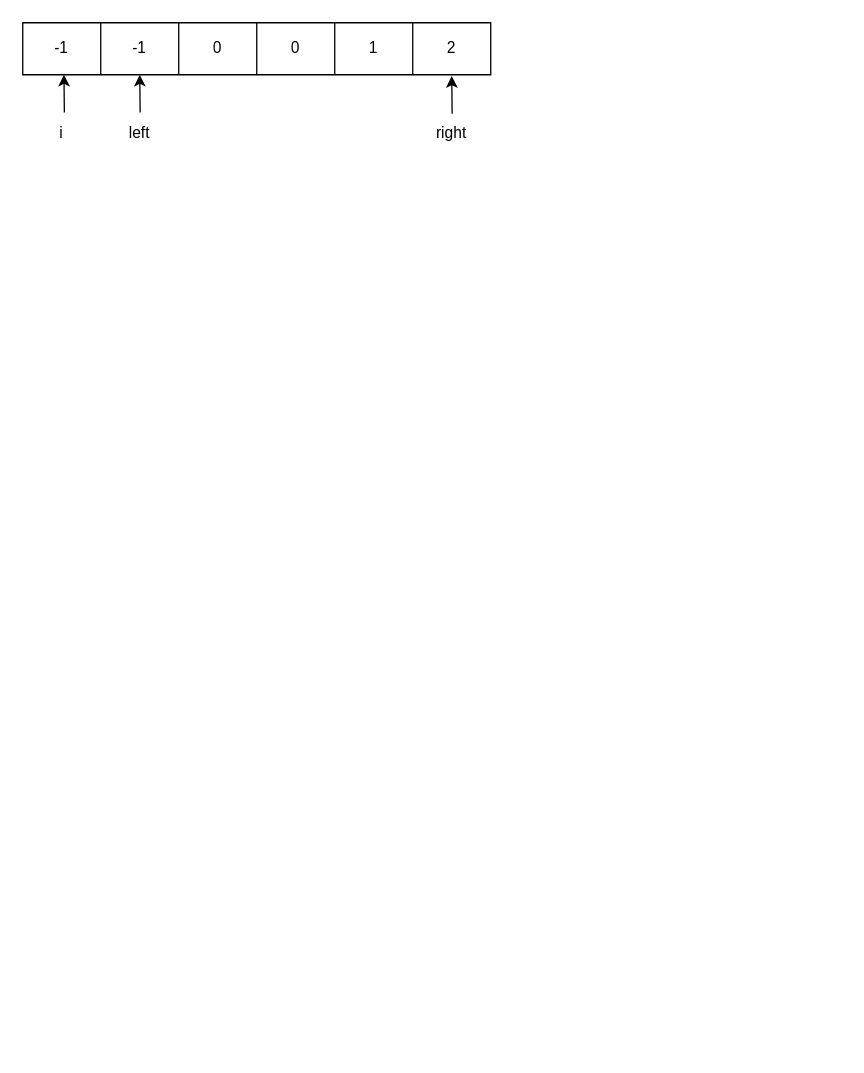
The draw.io diagram 未命名绘图.drawio in Whitesheeeep/ANewRepo, before the edit. Source tidied: cells renumbered, new cells numbered last; positions are measured from the earlier drawing's top-left corner, leaving out a move shared by most shapes. Both pictures are drawn from the tidied source at 130%, with x=0, y=0 at pixel (22, 22).
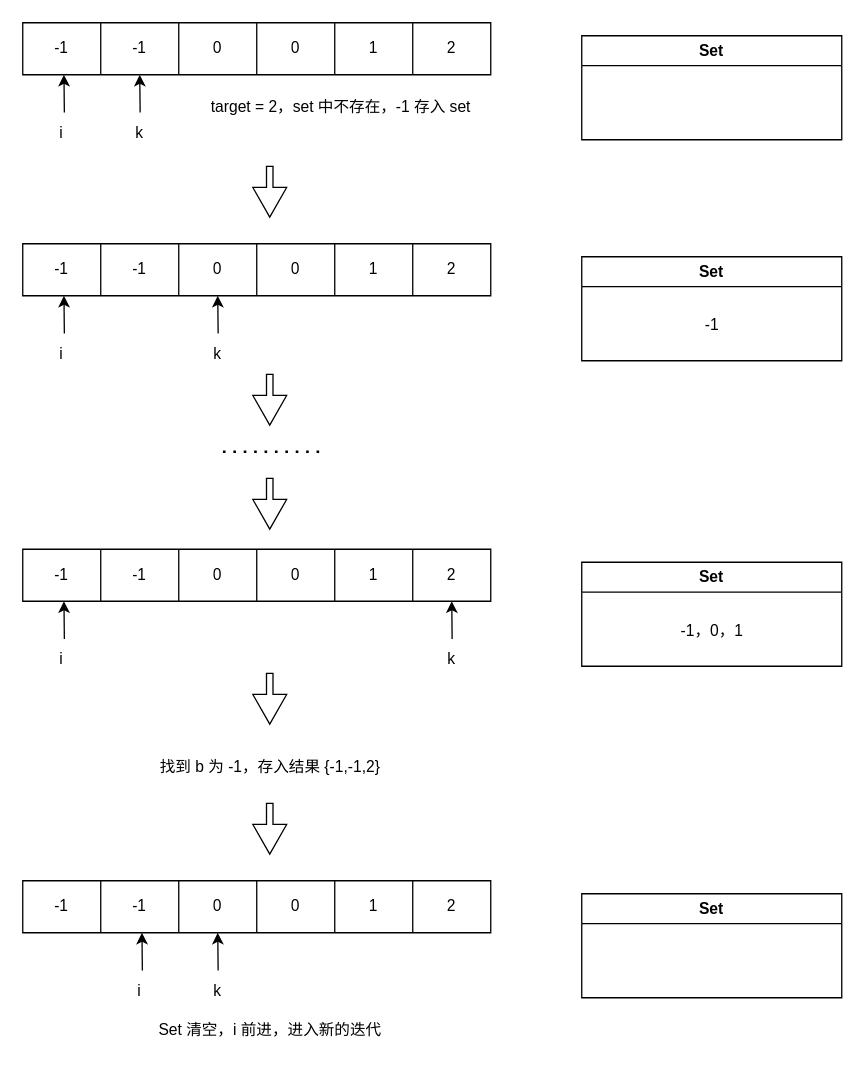
The same page after the edit.

The edit, as a diff of the source:
```diff
@@
-    <mxCell id="13" style="endArrow=classic;html=1;rounded=0;entryX=0.088;entryY=1.013;entryDx=0;entryDy=0;entryPerimeter=0;" parent="1" edge="1">
-      <mxGeometry relative="1" as="geometry">
-        <mxPoint x="330.3" y="70" as="sourcePoint" />
-        <mxPoint x="330" y="41" as="targetPoint" />
-      </mxGeometry>
-    </mxCell>
-    <mxCell id="14" value="left" style="text;html=1;align=center;verticalAlign=middle;whiteSpace=wrap;rounded=0;" parent="1" vertex="1">
+    <mxCell id="14" value="k" style="text;html=1;align=center;verticalAlign=middle;whiteSpace=wrap;rounded=0;" parent="1" vertex="1">
       <mxGeometry x="60" y="70" width="60" height="30" as="geometry" />
     </mxCell>
-    <mxCell id="15" value="right" style="text;html=1;align=center;verticalAlign=middle;whiteSpace=wrap;rounded=0;" parent="1" vertex="1">
-      <mxGeometry x="300" y="70" width="60" height="30" as="geometry" />
-    </mxCell>
+    <mxCell id="16" value="Set" style="swimlane;whiteSpace=wrap;html=1;" parent="1" vertex="1">
+      <mxGeometry x="430" y="10" width="200" height="80" as="geometry" />
+    </mxCell>
+    <mxCell id="17" value="target = 2，set 中不存在，-1 存入 set" style="text;html=1;align=center;verticalAlign=middle;whiteSpace=wrap;rounded=0;" parent="1" vertex="1">
+      <mxGeometry x="140" y="50" width="210" height="30" as="geometry" />
+    </mxCell>
+    <mxCell id="18" style="edgeStyle=orthogonalEdgeStyle;rounded=0;orthogonalLoop=1;jettySize=auto;html=1;exitX=0.5;exitY=1;exitDx=0;exitDy=0;" parent="1" edge="1" source="17" target="17">
+      <mxGeometry relative="1" as="geometry" />
+    </mxCell>
+    <mxCell id="19" style="shape=flexArrow;endArrow=classic;html=1;rounded=0;width=5;endSize=7.27;" parent="1" edge="1">
+      <mxGeometry relative="1" as="geometry">
+        <mxPoint x="190" y="110" as="sourcePoint" />
+        <mxPoint x="190" y="150" as="targetPoint" />
+      </mxGeometry>
+    </mxCell>
+    <mxCell id="20" style="shape=table;startSize=0;childLayout=tableLayout;" parent="1" vertex="1">
+      <mxGeometry y="170" width="360" height="40" as="geometry" />
+    </mxCell>
+    <mxCell id="21" style="shape=tableRow;horizontal=0;startSize=0;swimlaneHead=0;swimlaneBody=0;strokeColor=inherit;top=0;left=0;bottom=0;right=0;fillColor=none;" parent="20" vertex="1">
+      <mxGeometry width="360" height="40" as="geometry" />
+    </mxCell>
+    <mxCell id="22" value="-1" style="shape=partialRectangle;html=1;whiteSpace=wrap;strokeColor=inherit;overflow=hidden;fillColor=none;top=0;left=0;bottom=0;right=0;" parent="21" vertex="1">
+      <mxGeometry width="60" height="40" as="geometry" />
+    </mxCell>
+    <mxCell id="23" value="-1" style="shape=partialRectangle;html=1;whiteSpace=wrap;strokeColor=inherit;overflow=hidden;fillColor=none;top=0;left=0;bottom=0;right=0;" parent="21" vertex="1">
+      <mxGeometry x="60" width="60" height="40" as="geometry" />
+    </mxCell>
+    <mxCell id="24" value="0" style="shape=partialRectangle;html=1;whiteSpace=wrap;strokeColor=inherit;overflow=hidden;fillColor=none;top=0;left=0;bottom=0;right=0;" parent="21" vertex="1">
+      <mxGeometry x="120" width="60" height="40" as="geometry" />
+    </mxCell>
+    <mxCell id="25" value="0" style="shape=partialRectangle;html=1;whiteSpace=wrap;strokeColor=inherit;overflow=hidden;fillColor=none;top=0;left=0;bottom=0;right=0;" parent="21" vertex="1">
+      <mxGeometry x="180" width="60" height="40" as="geometry" />
+    </mxCell>
+    <mxCell id="26" value="1" style="shape=partialRectangle;html=1;whiteSpace=wrap;strokeColor=inherit;overflow=hidden;fillColor=none;top=0;left=0;bottom=0;right=0;" parent="21" vertex="1">
+      <mxGeometry x="240" width="60" height="40" as="geometry" />
+    </mxCell>
+    <mxCell id="27" value="2" style="shape=partialRectangle;html=1;whiteSpace=wrap;strokeColor=inherit;overflow=hidden;fillColor=none;top=0;left=0;bottom=0;right=0;" parent="21" vertex="1">
+      <mxGeometry x="300" width="60" height="40" as="geometry" />
+    </mxCell>
+    <mxCell id="28" style="endArrow=classic;html=1;rounded=0;entryX=0.088;entryY=1.013;entryDx=0;entryDy=0;entryPerimeter=0;" parent="1" edge="1">
+      <mxGeometry relative="1" as="geometry">
+        <mxPoint x="32" y="239" as="sourcePoint" />
+        <mxPoint x="31.7" y="210" as="targetPoint" />
+      </mxGeometry>
+    </mxCell>
+    <mxCell id="29" value="i" style="text;html=1;align=center;verticalAlign=middle;whiteSpace=wrap;rounded=0;" parent="1" vertex="1">
+      <mxGeometry y="240" width="60" height="30" as="geometry" />
+    </mxCell>
+    <mxCell id="30" style="endArrow=classic;html=1;rounded=0;entryX=0.088;entryY=1.013;entryDx=0;entryDy=0;entryPerimeter=0;" parent="1" edge="1">
+      <mxGeometry relative="1" as="geometry">
+        <mxPoint x="150.3" y="239" as="sourcePoint" />
+        <mxPoint x="150" y="210" as="targetPoint" />
+      </mxGeometry>
+    </mxCell>
+    <mxCell id="31" value="k" style="text;html=1;align=center;verticalAlign=middle;whiteSpace=wrap;rounded=0;" parent="1" vertex="1">
+      <mxGeometry x="120" y="240" width="60" height="30" as="geometry" />
+    </mxCell>
+    <mxCell id="32" value="Set" style="swimlane;whiteSpace=wrap;html=1;" parent="1" vertex="1">
+      <mxGeometry x="430" y="180" width="200" height="80" as="geometry" />
+    </mxCell>
+    <mxCell id="33" style="edgeStyle=orthogonalEdgeStyle;rounded=0;orthogonalLoop=1;jettySize=auto;html=1;exitX=0.5;exitY=1;exitDx=0;exitDy=0;" parent="1" edge="1">
+      <mxGeometry relative="1" as="geometry">
+        <mxPoint x="245" y="250" as="sourcePoint" />
+        <mxPoint x="245" y="250" as="targetPoint" />
+      </mxGeometry>
+    </mxCell>
+    <mxCell id="34" value="-1" style="text;html=1;align=center;verticalAlign=middle;strokeColor=none;fillColor=none;" parent="1" vertex="1">
+      <mxGeometry x="515" y="218" width="30" height="30" as="geometry" />
+    </mxCell>
+    <mxCell id="35" style="shape=flexArrow;endArrow=classic;html=1;rounded=0;width=5;endSize=7.27;" parent="1" edge="1">
+      <mxGeometry relative="1" as="geometry">
+        <mxPoint x="190" y="270" as="sourcePoint" />
+        <mxPoint x="190" y="310" as="targetPoint" />
+      </mxGeometry>
+    </mxCell>
+    <mxCell id="36" style="endArrow=none;dashed=1;html=1;dashPattern=1 3;strokeWidth=2;rounded=0;" parent="1" edge="1">
+      <mxGeometry relative="1" as="geometry">
+        <mxPoint x="154" y="330" as="sourcePoint" />
+        <mxPoint x="234" y="330" as="targetPoint" />
+      </mxGeometry>
+    </mxCell>
+    <mxCell id="37" style="shape=flexArrow;endArrow=classic;html=1;rounded=0;width=5;endSize=7.27;" parent="1" edge="1">
+      <mxGeometry relative="1" as="geometry">
+        <mxPoint x="190" y="350" as="sourcePoint" />
+        <mxPoint x="190" y="390" as="targetPoint" />
+      </mxGeometry>
+    </mxCell>
+    <mxCell id="38" style="shape=table;startSize=0;childLayout=tableLayout;" parent="1" vertex="1">
+      <mxGeometry y="405" width="360" height="40" as="geometry" />
+    </mxCell>
+    <mxCell id="39" style="shape=tableRow;horizontal=0;startSize=0;swimlaneHead=0;swimlaneBody=0;strokeColor=inherit;top=0;left=0;bottom=0;right=0;fillColor=none;" parent="38" vertex="1">
+      <mxGeometry width="360" height="40" as="geometry" />
+    </mxCell>
+    <mxCell id="40" value="-1" style="shape=partialRectangle;html=1;whiteSpace=wrap;strokeColor=inherit;overflow=hidden;fillColor=none;top=0;left=0;bottom=0;right=0;" parent="39" vertex="1">
+      <mxGeometry width="60" height="40" as="geometry" />
+    </mxCell>
+    <mxCell id="41" value="-1" style="shape=partialRectangle;html=1;whiteSpace=wrap;strokeColor=inherit;overflow=hidden;fillColor=none;top=0;left=0;bottom=0;right=0;" parent="39" vertex="1">
+      <mxGeometry x="60" width="60" height="40" as="geometry" />
+    </mxCell>
+    <mxCell id="42" value="0" style="shape=partialRectangle;html=1;whiteSpace=wrap;strokeColor=inherit;overflow=hidden;fillColor=none;top=0;left=0;bottom=0;right=0;" parent="39" vertex="1">
+      <mxGeometry x="120" width="60" height="40" as="geometry" />
+    </mxCell>
+    <mxCell id="43" value="0" style="shape=partialRectangle;html=1;whiteSpace=wrap;strokeColor=inherit;overflow=hidden;fillColor=none;top=0;left=0;bottom=0;right=0;" parent="39" vertex="1">
+      <mxGeometry x="180" width="60" height="40" as="geometry" />
+    </mxCell>
+    <mxCell id="44" value="1" style="shape=partialRectangle;html=1;whiteSpace=wrap;strokeColor=inherit;overflow=hidden;fillColor=none;top=0;left=0;bottom=0;right=0;" parent="39" vertex="1">
+      <mxGeometry x="240" width="60" height="40" as="geometry" />
+    </mxCell>
+    <mxCell id="45" value="2" style="shape=partialRectangle;html=1;whiteSpace=wrap;strokeColor=inherit;overflow=hidden;fillColor=none;top=0;left=0;bottom=0;right=0;" parent="39" vertex="1">
+      <mxGeometry x="300" width="60" height="40" as="geometry" />
+    </mxCell>
+    <mxCell id="46" style="endArrow=classic;html=1;rounded=0;entryX=0.088;entryY=1.013;entryDx=0;entryDy=0;entryPerimeter=0;" parent="1" edge="1">
+      <mxGeometry relative="1" as="geometry">
+        <mxPoint x="32" y="474" as="sourcePoint" />
+        <mxPoint x="31.7" y="445" as="targetPoint" />
+      </mxGeometry>
+    </mxCell>
+    <mxCell id="47" value="i" style="text;html=1;align=center;verticalAlign=middle;whiteSpace=wrap;rounded=0;" parent="1" vertex="1">
+      <mxGeometry y="475" width="60" height="30" as="geometry" />
+    </mxCell>
+    <mxCell id="48" style="endArrow=classic;html=1;rounded=0;entryX=0.088;entryY=1.013;entryDx=0;entryDy=0;entryPerimeter=0;" parent="1" edge="1">
+      <mxGeometry relative="1" as="geometry">
+        <mxPoint x="330.3" y="474" as="sourcePoint" />
+        <mxPoint x="330" y="445" as="targetPoint" />
+      </mxGeometry>
+    </mxCell>
+    <mxCell id="49" value="k" style="text;html=1;align=center;verticalAlign=middle;whiteSpace=wrap;rounded=0;" parent="1" vertex="1">
+      <mxGeometry x="300" y="475" width="60" height="30" as="geometry" />
+    </mxCell>
+    <mxCell id="50" value="Set" style="swimlane;whiteSpace=wrap;html=1;" parent="1" vertex="1">
+      <mxGeometry x="430" y="415" width="200" height="80" as="geometry" />
+    </mxCell>
+    <mxCell id="51" style="edgeStyle=orthogonalEdgeStyle;rounded=0;orthogonalLoop=1;jettySize=auto;html=1;exitX=0.5;exitY=1;exitDx=0;exitDy=0;" parent="1" edge="1">
+      <mxGeometry relative="1" as="geometry">
+        <mxPoint x="245" y="485" as="sourcePoint" />
+        <mxPoint x="245" y="485" as="targetPoint" />
+      </mxGeometry>
+    </mxCell>
+    <mxCell id="52" value="-1，0，1" style="text;html=1;align=center;verticalAlign=middle;strokeColor=none;fillColor=none;" parent="1" vertex="1">
+      <mxGeometry x="495" y="453" width="70" height="30" as="geometry" />
+    </mxCell>
+    <mxCell id="53" style="shape=flexArrow;endArrow=classic;html=1;rounded=0;width=5;endSize=7.27;" parent="1" edge="1">
+      <mxGeometry relative="1" as="geometry">
+        <mxPoint x="190" y="500" as="sourcePoint" />
+        <mxPoint x="190" y="540" as="targetPoint" />
+      </mxGeometry>
+    </mxCell>
+    <mxCell id="54" value="找到 b 为 -1，存入结果 {-1,-1,2}" style="text;html=1;align=center;verticalAlign=middle;strokeColor=none;fillColor=none;" parent="1" vertex="1">
+      <mxGeometry x="95" y="558" width="190" height="30" as="geometry" />
+    </mxCell>
+    <mxCell id="55" style="shape=flexArrow;endArrow=classic;html=1;rounded=0;width=5;endSize=7.27;" parent="1" edge="1">
+      <mxGeometry relative="1" as="geometry">
+        <mxPoint x="190" y="600" as="sourcePoint" />
+        <mxPoint x="190" y="640" as="targetPoint" />
+      </mxGeometry>
+    </mxCell>
+    <mxCell id="56" style="shape=table;startSize=0;childLayout=tableLayout;" parent="1" vertex="1">
+      <mxGeometry y="660" width="360" height="40" as="geometry" />
+    </mxCell>
+    <mxCell id="57" style="shape=tableRow;horizontal=0;startSize=0;swimlaneHead=0;swimlaneBody=0;strokeColor=inherit;top=0;left=0;bottom=0;right=0;fillColor=none;" parent="56" vertex="1">
+      <mxGeometry width="360" height="40" as="geometry" />
+    </mxCell>
+    <mxCell id="58" value="-1" style="shape=partialRectangle;html=1;whiteSpace=wrap;strokeColor=inherit;overflow=hidden;fillColor=none;top=0;left=0;bottom=0;right=0;" parent="57" vertex="1">
+      <mxGeometry width="60" height="40" as="geometry" />
+    </mxCell>
+    <mxCell id="59" value="-1" style="shape=partialRectangle;html=1;whiteSpace=wrap;strokeColor=inherit;overflow=hidden;fillColor=none;top=0;left=0;bottom=0;right=0;" parent="57" vertex="1">
+      <mxGeometry x="60" width="60" height="40" as="geometry" />
+    </mxCell>
+    <mxCell id="60" value="0" style="shape=partialRectangle;html=1;whiteSpace=wrap;strokeColor=inherit;overflow=hidden;fillColor=none;top=0;left=0;bottom=0;right=0;" parent="57" vertex="1">
+      <mxGeometry x="120" width="60" height="40" as="geometry" />
+    </mxCell>
+    <mxCell id="61" value="0" style="shape=partialRectangle;html=1;whiteSpace=wrap;strokeColor=inherit;overflow=hidden;fillColor=none;top=0;left=0;bottom=0;right=0;" parent="57" vertex="1">
+      <mxGeometry x="180" width="60" height="40" as="geometry" />
+    </mxCell>
+    <mxCell id="62" value="1" style="shape=partialRectangle;html=1;whiteSpace=wrap;strokeColor=inherit;overflow=hidden;fillColor=none;top=0;left=0;bottom=0;right=0;" parent="57" vertex="1">
+      <mxGeometry x="240" width="60" height="40" as="geometry" />
+    </mxCell>
+    <mxCell id="63" value="2" style="shape=partialRectangle;html=1;whiteSpace=wrap;strokeColor=inherit;overflow=hidden;fillColor=none;top=0;left=0;bottom=0;right=0;" parent="57" vertex="1">
+      <mxGeometry x="300" width="60" height="40" as="geometry" />
+    </mxCell>
+    <mxCell id="64" style="endArrow=classic;html=1;rounded=0;entryX=0.088;entryY=1.013;entryDx=0;entryDy=0;entryPerimeter=0;" parent="1" edge="1">
+      <mxGeometry relative="1" as="geometry">
+        <mxPoint x="92" y="729" as="sourcePoint" />
+        <mxPoint x="91.7" y="700" as="targetPoint" />
+      </mxGeometry>
+    </mxCell>
+    <mxCell id="65" value="i" style="text;html=1;align=center;verticalAlign=middle;whiteSpace=wrap;rounded=0;" parent="1" vertex="1">
+      <mxGeometry x="60" y="730" width="60" height="30" as="geometry" />
+    </mxCell>
+    <mxCell id="66" style="endArrow=classic;html=1;rounded=0;entryX=0.088;entryY=1.013;entryDx=0;entryDy=0;entryPerimeter=0;" parent="1" edge="1">
+      <mxGeometry relative="1" as="geometry">
+        <mxPoint x="150.3" y="729" as="sourcePoint" />
+        <mxPoint x="150" y="700" as="targetPoint" />
+      </mxGeometry>
+    </mxCell>
+    <mxCell id="67" value="k" style="text;html=1;align=center;verticalAlign=middle;whiteSpace=wrap;rounded=0;" parent="1" vertex="1">
+      <mxGeometry x="120" y="730" width="60" height="30" as="geometry" />
+    </mxCell>
+    <mxCell id="68" value="Set" style="swimlane;whiteSpace=wrap;html=1;" parent="1" vertex="1">
+      <mxGeometry x="430" y="670" width="200" height="80" as="geometry" />
+    </mxCell>
+    <mxCell id="69" style="edgeStyle=orthogonalEdgeStyle;rounded=0;orthogonalLoop=1;jettySize=auto;html=1;exitX=0.5;exitY=1;exitDx=0;exitDy=0;" parent="1" edge="1">
+      <mxGeometry relative="1" as="geometry">
+        <mxPoint x="245" y="740" as="sourcePoint" />
+        <mxPoint x="245" y="740" as="targetPoint" />
+      </mxGeometry>
+    </mxCell>
+    <mxCell id="70" value="Set 清空，i 前进，进入新的迭代" style="text;html=1;align=center;verticalAlign=middle;strokeColor=none;fillColor=none;" parent="1" vertex="1">
+      <mxGeometry x="95" y="760" width="190" height="30" as="geometry" />
+    </mxCell>
```
